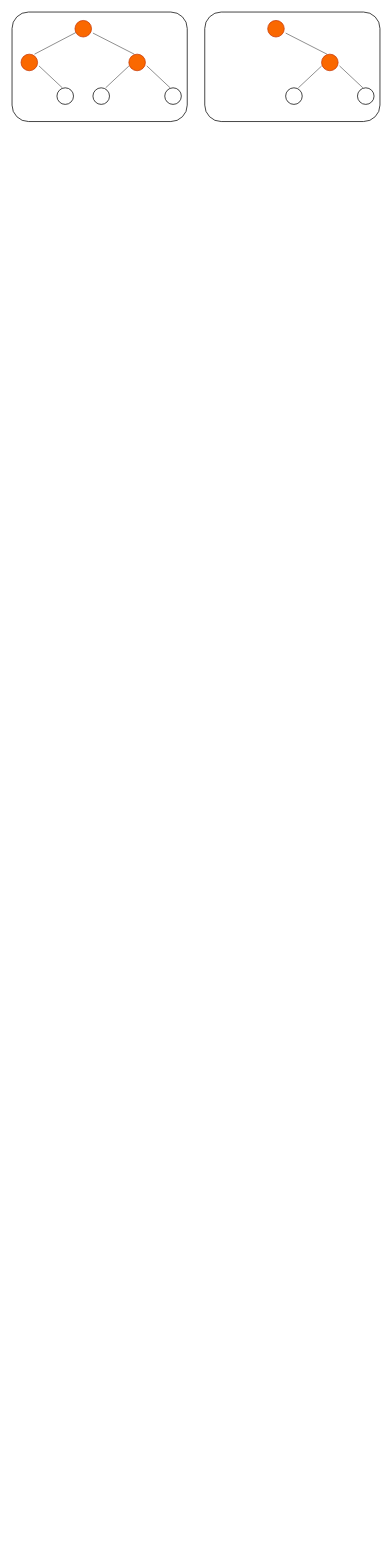
GEDYBOY/gedy keeps this draw.io diagram as 未命名绘图.drawio. Above is the earlier version. Source tidied: cells renumbered, new cells numbered last; positions are measured from the earlier drawing's top-left corner, leaving out a move shared by most shapes. Both pictures are drawn from the tidied source at 73%, with x=0, y=0 at pixel (12, 12).
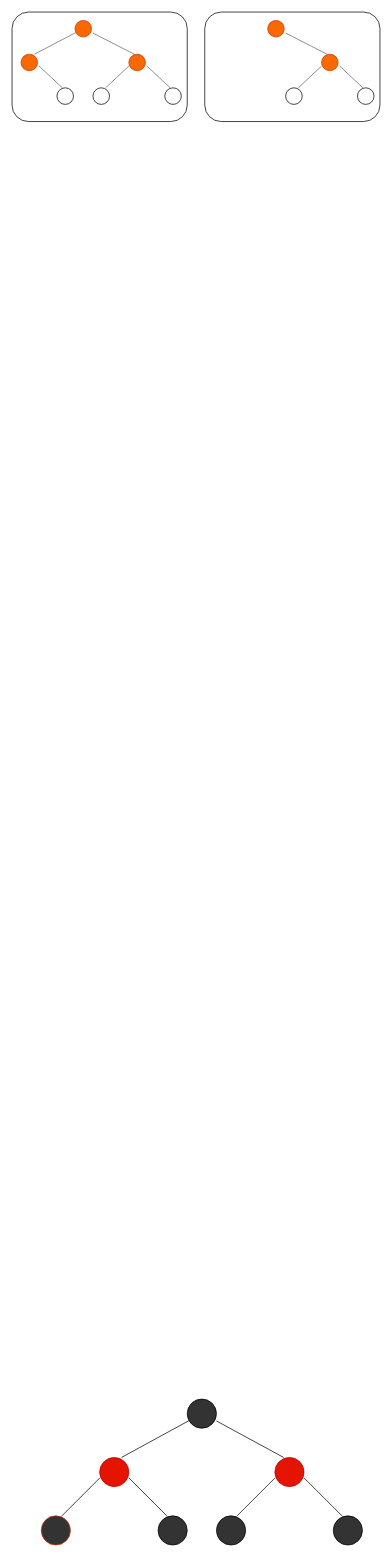
Above is the later version.

Commit message (it also covers changes not shown here):
更新未命名绘图.drawio

Diff of the diagram source:
```diff
@@
+    <mxCell id="24" style="ellipse;whiteSpace=wrap;html=1;fillColor=#e51400;fontColor=#ffffff;strokeColor=#B20000;" parent="1" vertex="1">
+      <mxGeometry x="120" y="1980" width="40" height="40" as="geometry" />
+    </mxCell>
+    <mxCell id="25" style="ellipse;whiteSpace=wrap;html=1;fillColor=#333333;fontColor=#000000;strokeColor=#C73500;" parent="1" vertex="1">
+      <mxGeometry x="40" y="2060" width="40" height="40" as="geometry" />
+    </mxCell>
+    <mxCell id="26" style="ellipse;whiteSpace=wrap;html=1;fillColor=#333333;" parent="1" vertex="1">
+      <mxGeometry x="200" y="2060" width="40" height="40" as="geometry" />
+    </mxCell>
+    <mxCell id="27" style="endArrow=none;html=1;rounded=0;entryX=0;entryY=1;entryDx=0;entryDy=0;" parent="1" edge="1">
+      <mxGeometry relative="1" as="geometry">
+        <mxPoint x="68.3" y="2060" as="sourcePoint" />
+        <mxPoint x="120" y="2008.3" as="targetPoint" />
+      </mxGeometry>
+    </mxCell>
+    <mxCell id="28" style="endArrow=none;html=1;rounded=0;entryX=0;entryY=1;entryDx=0;entryDy=0;" parent="1" edge="1">
+      <mxGeometry relative="1" as="geometry">
+        <mxPoint x="160" y="2008" as="sourcePoint" />
+        <mxPoint x="212" y="2060" as="targetPoint" />
+      </mxGeometry>
+    </mxCell>
+    <mxCell id="29" style="ellipse;whiteSpace=wrap;html=1;fillColor=#e51400;fontColor=#ffffff;strokeColor=#B20000;" parent="1" vertex="1">
+      <mxGeometry x="360" y="1980" width="40" height="40" as="geometry" />
+    </mxCell>
+    <mxCell id="30" style="ellipse;whiteSpace=wrap;html=1;fillColor=#333333;" parent="1" vertex="1">
+      <mxGeometry x="280" y="2060" width="40" height="40" as="geometry" />
+    </mxCell>
+    <mxCell id="31" style="ellipse;whiteSpace=wrap;html=1;fillColor=#333333;" parent="1" vertex="1">
+      <mxGeometry x="440" y="2060" width="40" height="40" as="geometry" />
+    </mxCell>
+    <mxCell id="32" style="endArrow=none;html=1;rounded=0;entryX=0;entryY=1;entryDx=0;entryDy=0;" parent="1" edge="1">
+      <mxGeometry relative="1" as="geometry">
+        <mxPoint x="308.3" y="2060" as="sourcePoint" />
+        <mxPoint x="360" y="2008.3" as="targetPoint" />
+      </mxGeometry>
+    </mxCell>
+    <mxCell id="33" style="endArrow=none;html=1;rounded=0;entryX=0;entryY=1;entryDx=0;entryDy=0;" parent="1" edge="1">
+      <mxGeometry relative="1" as="geometry">
+        <mxPoint x="400" y="2008" as="sourcePoint" />
+        <mxPoint x="452" y="2060" as="targetPoint" />
+      </mxGeometry>
+    </mxCell>
+    <mxCell id="34" style="ellipse;whiteSpace=wrap;html=1;fillColor=#333333;" parent="1" vertex="1">
+      <mxGeometry x="240" y="1900" width="40" height="40" as="geometry" />
+    </mxCell>
+    <mxCell id="35" style="endArrow=none;html=1;rounded=0;" parent="1" edge="1" target="34">
+      <mxGeometry relative="1" as="geometry">
+        <mxPoint x="150" y="1980" as="sourcePoint" />
+      </mxGeometry>
+    </mxCell>
+    <mxCell id="36" style="endArrow=none;html=1;rounded=0;" parent="1" edge="1">
+      <mxGeometry relative="1" as="geometry">
+        <mxPoint x="372" y="1980" as="sourcePoint" />
+        <mxPoint x="280" y="1930" as="targetPoint" />
+      </mxGeometry>
+    </mxCell>
```
